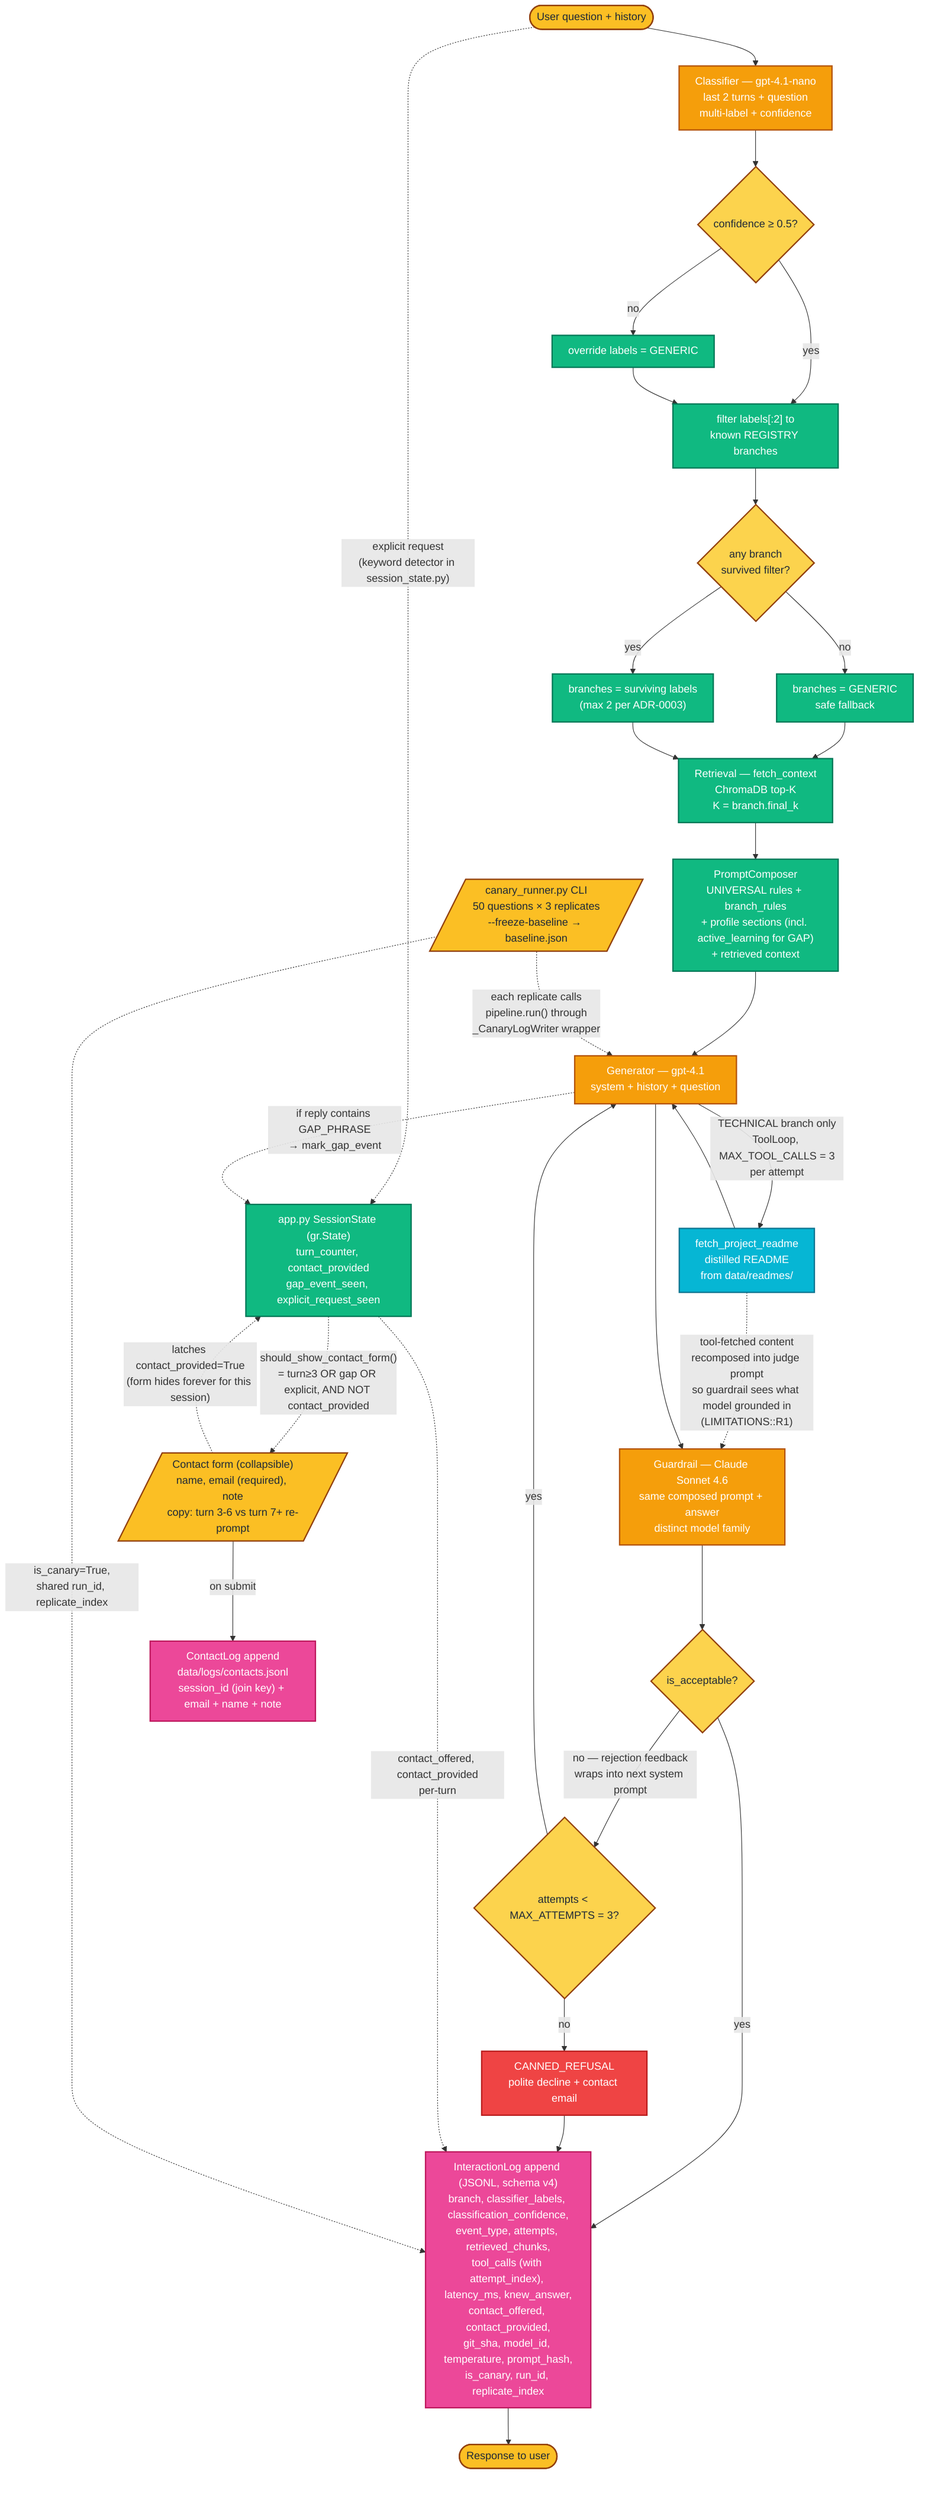
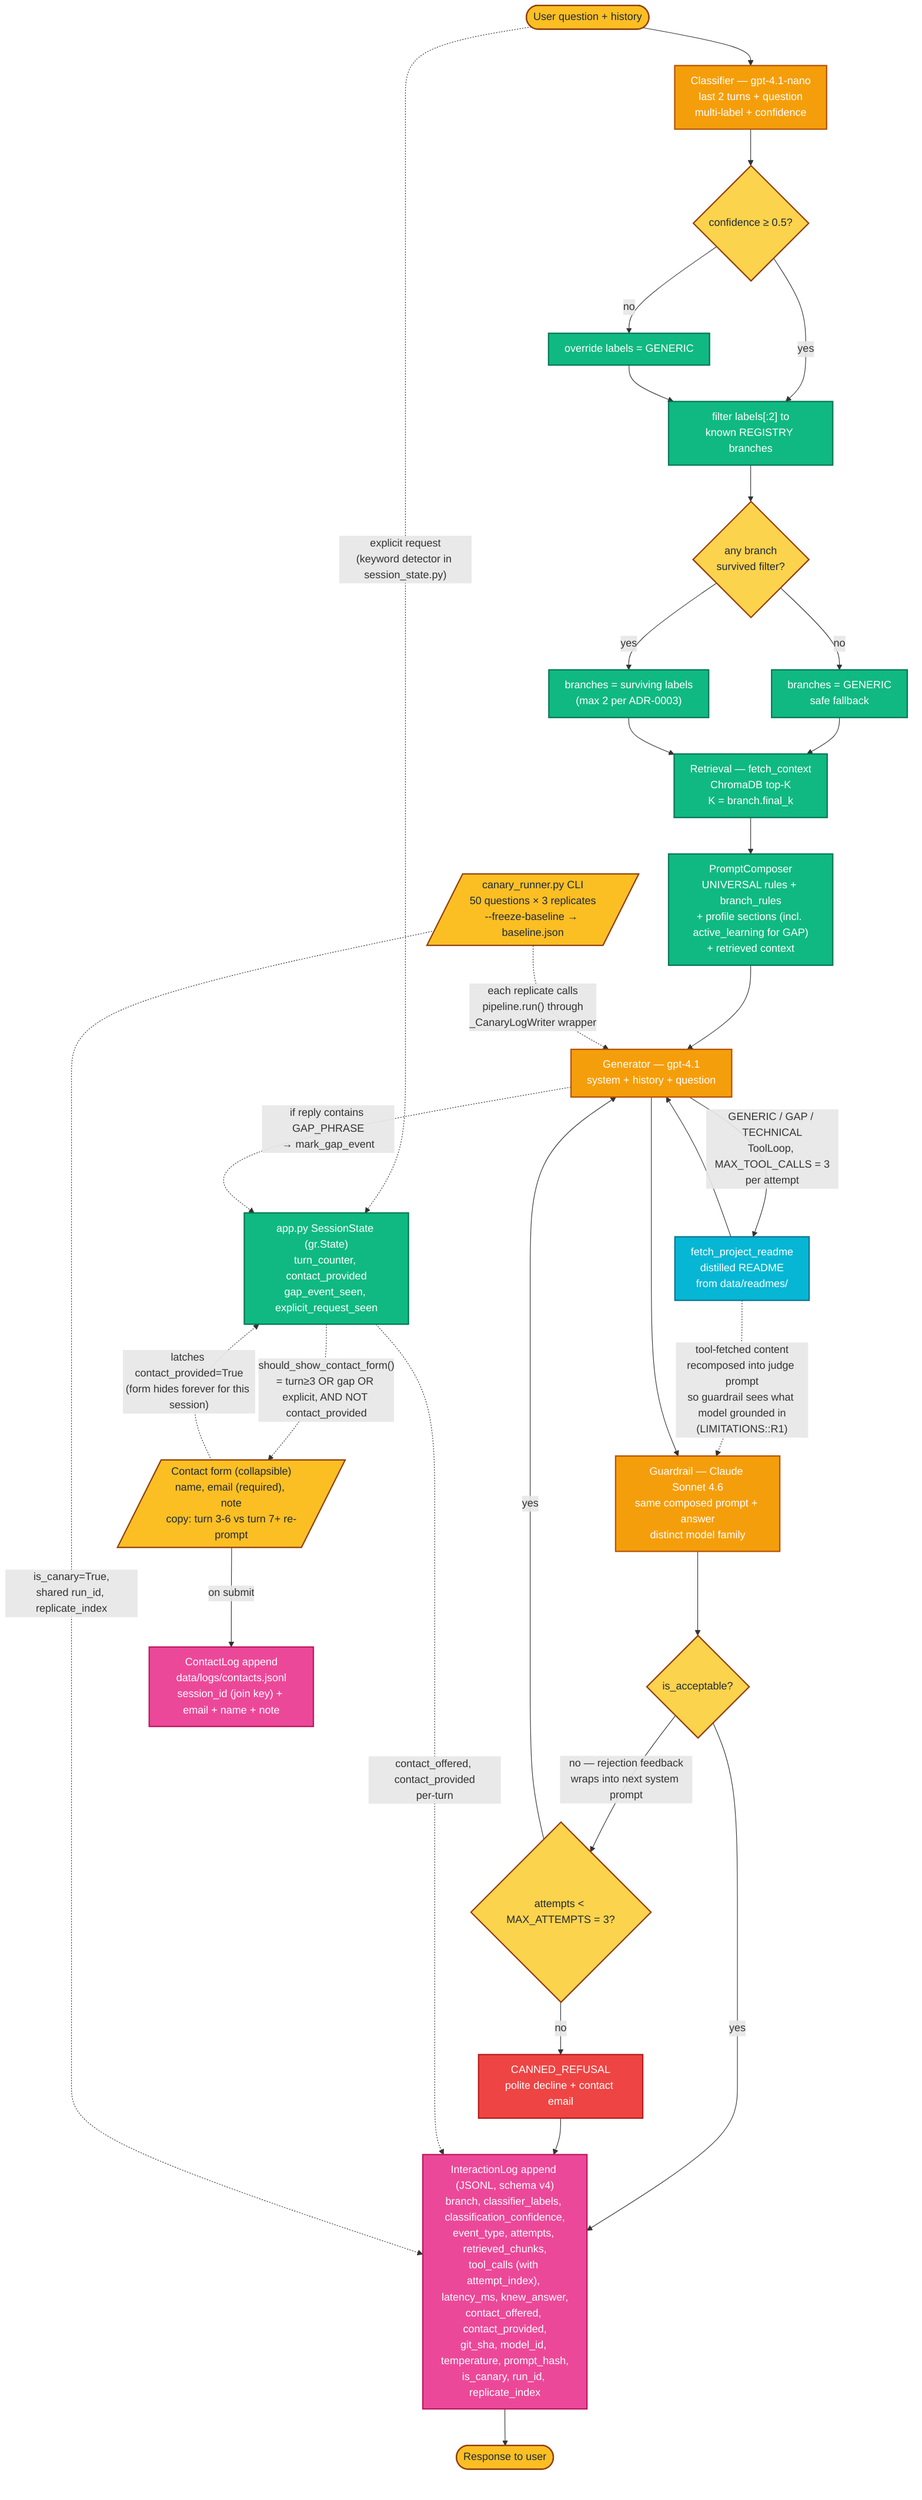
%%{init: {'flowchart': {'nodeSpacing': 45, 'rankSpacing': 55, 'curve': 'basis', 'padding': 12}}}%%
%% Hand-editable runtime pipeline diagram for the Digital Twin.
%% Edit this file whenever pipeline behaviour changes — new branch, new tool,
%% new decision point, retry policy change, new log field. After editing run:
%%   uv run python src/system_map.py
%% to regenerate docs/MAP.md and docs/MAP.html (both this diagram and the
%% auto-generated module graph).
%% Colour conventions: orange = LLM call, green = pure transform,
%% yellow = decision, pink = side effect, red = canned refusal,
- %% cyan = model-callable tool (TECHNICAL branch),
+ %% cyan = model-callable tool (GENERIC / GAP / TECHNICAL branches),
%% dashed grey = future / not yet wired.
flowchart TD
  classDef io fill:#fbbf24,stroke:#92400e,color:#1f2937,stroke-width:2px
  classDef llm fill:#f59e0b,stroke:#b45309,color:#ffffff,stroke-width:2px
  classDef decision fill:#fcd34d,stroke:#92400e,color:#1f2937,stroke-width:2px
  classDef pure fill:#10b981,stroke:#047857,color:#ffffff,stroke-width:2px
  classDef sideEffect fill:#ec4899,stroke:#be185d,color:#ffffff,stroke-width:2px
  classDef refusal fill:#ef4444,stroke:#b91c1c,color:#ffffff,stroke-width:2px
  classDef tool fill:#06b6d4,stroke:#0e7490,color:#ffffff,stroke-width:2px
  classDef future fill:#cbd5e1,stroke:#64748b,color:#1f2937,stroke-width:2px,stroke-dasharray:5 4

  USER([User question + history]):::io
  USER --> CLASSIFY["Classifier — gpt-4.1-nano<br/>last 2 turns + question<br/>multi-label + confidence"]:::llm
  CLASSIFY --> CONF{"confidence &ge; 0.5?"}:::decision
  CONF -->|no| GENFALL["override labels = GENERIC"]:::pure
  CONF -->|yes| FILTER["filter labels[:2] to<br/>known REGISTRY branches"]:::pure
  GENFALL --> FILTER
  FILTER --> EMPTY{"any branch<br/>survived filter?"}:::decision
  EMPTY -->|no| GENFALL2["branches = GENERIC<br/>safe fallback"]:::pure
  EMPTY -->|yes| ROUTE["branches = surviving labels<br/>(max 2 per ADR-0003)"]:::pure
  GENFALL2 --> RETR
  ROUTE --> RETR["Retrieval — fetch_context<br/>ChromaDB top-K<br/>K = branch.final_k"]:::pure
  RETR --> COMP["PromptComposer<br/>UNIVERSAL rules + branch_rules<br/>+ profile sections (incl. active_learning for GAP)<br/>+ retrieved context"]:::pure
  COMP --> GEN["Generator — gpt-4.1<br/>system + history + question"]:::llm
-   GEN -->|"TECHNICAL branch only<br/>ToolLoop, MAX_TOOL_CALLS = 3<br/>per attempt"| TOOL["fetch_project_readme<br/>distilled README<br/>from data/readmes/"]:::tool
+   GEN -->|"GENERIC / GAP / TECHNICAL<br/>ToolLoop, MAX_TOOL_CALLS = 3<br/>per attempt"| TOOL["fetch_project_readme<br/>distilled README<br/>from data/readmes/"]:::tool
  TOOL --> GEN
  TOOL -.->|"tool-fetched content<br/>recomposed into judge prompt<br/>so guardrail sees what model grounded in<br/>(LIMITATIONS::R1)"| JUDGE
  GEN --> JUDGE["Guardrail — Claude Sonnet 4.6<br/>same composed prompt + answer<br/>distinct model family"]:::llm
  JUDGE --> ACCEPT{"is_acceptable?"}:::decision
  ACCEPT -->|yes| LOG["InteractionLog append (JSONL, schema v4)<br/>branch, classifier_labels, classification_confidence,<br/>event_type, attempts, retrieved_chunks,<br/>tool_calls (with attempt_index), latency_ms, knew_answer,<br/>contact_offered, contact_provided,<br/>git_sha, model_id, temperature, prompt_hash,<br/>is_canary, run_id, replicate_index"]:::sideEffect
  ACCEPT -->|"no — rejection feedback<br/>wraps into next system prompt"| RETRY{"attempts &lt; MAX_ATTEMPTS = 3?"}:::decision
  RETRY -->|yes| GEN
  RETRY -->|no| REFUSE["CANNED_REFUSAL<br/>polite decline + contact email"]:::refusal
  REFUSE --> LOG
  LOG --> RESP([Response to user]):::io

  %% Contact-flow side-channel (#16 + Session 26 expansion) — runs in app.py
  %% outside the per-turn pipeline. SessionState (in gr.State) holds three
  %% independent triggers (turn-3, gap event, explicit request); any of them
  %% surfaces the form. contact_provided=True latches all triggers off.
  %% Form copy switches at turn 7 to a re-engagement nudge.
  STATE["app.py SessionState (gr.State)<br/>turn_counter, contact_provided<br/>gap_event_seen, explicit_request_seen"]:::pure
  STATE -.->|"contact_offered, contact_provided<br/>per-turn"| LOG
  USER -.->|"explicit request<br/>(keyword detector in session_state.py)"| STATE
  GEN -.->|"if reply contains GAP_PHRASE<br/>→ mark_gap_event"| STATE
  FORM[/"Contact form (collapsible)<br/>name, email (required), note<br/>copy: turn 3-6 vs turn 7+ re-prompt"/]:::io
  STATE -.->|"should_show_contact_form()<br/>= turn≥3 OR gap OR explicit, AND NOT contact_provided"| FORM
  FORM -->|"on submit"| CONTACTS["ContactLog append<br/>data/logs/contacts.jsonl<br/>session_id (join key) + email + name + note"]:::sideEffect
  FORM -.->|"latches contact_provided=True<br/>(form hides forever for this session)"| STATE

  %% Canary side-channel (#39) — runs via CLI, not auto-refresh.
  %% _CanaryLogWriter wraps LogWriter to inject is_canary/run_id/replicate_index.
  %% Records land in the same interactions.jsonl as live records; DashboardModel
  %% filters them out by default (include_canary=False) so live tabs are unaffected.
  CANARY[/"canary_runner.py CLI<br/>50 questions × 3 replicates<br/>--freeze-baseline → baseline.json"/]:::io
  CANARY -.->|"each replicate calls<br/>pipeline.run() through<br/>_CanaryLogWriter wrapper"| GEN
  CANARY -.->|"is_canary=True,<br/>shared run_id, replicate_index"| LOG
